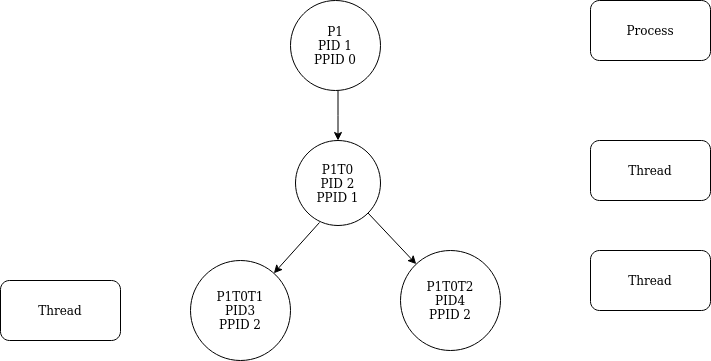
Earlier version of the draw.io export process-tree.png (mayank171986/Amazon-Apparel-Recommendation). Source tidied: cells renumbered, new cells last; positions are measured from the earlier drawing's top-left corner, leaving out a move shared by most shapes.
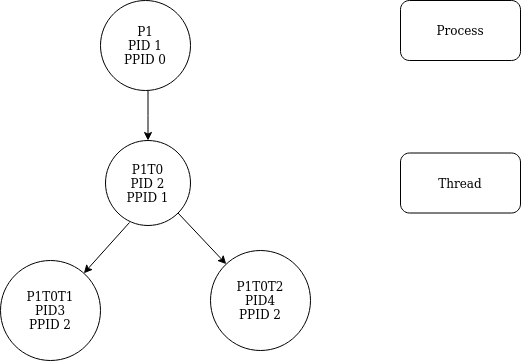
The same file after the commit.

Diff of the diagram source:
```diff
@@ -31,13 +31,7 @@
       <mxGeometry x="590" width="120" height="60" as="geometry" />
     </mxCell>
     <mxCell id="10" value="Thread" style="rounded=1;whiteSpace=wrap;html=1;" parent="1" vertex="1">
-      <mxGeometry x="590" y="140" width="120" height="60" as="geometry" />
+      <mxGeometry x="590" y="152.5" width="120" height="60" as="geometry" />
     </mxCell>
-    <mxCell id="11" value="Thread" style="rounded=1;whiteSpace=wrap;html=1;" parent="1" vertex="1">
-      <mxGeometry y="280" width="120" height="60" as="geometry" />
-    </mxCell>
-    <mxCell id="12" value="Thread" style="rounded=1;whiteSpace=wrap;html=1;" parent="1" vertex="1">
-      <mxGeometry x="590" y="250" width="120" height="60" as="geometry" />
-    </mxCell>
   </root>
 </mxGraphModel>
```
